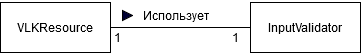
The draw.io diagram src/main/resources/documentation/Исходная диаграмма классов пакета resource.drawio.png in VladBaton/vlk, before a commit. Source tidied: cells renumbered, new cells last; positions are measured from the earlier drawing's top-left corner, leaving out a move shared by most shapes.
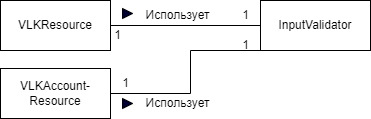
After the change.

Change to the diagram source:
```diff
@@ -6,7 +6,7 @@
       <mxGeometry y="2" width="110" height="50" as="geometry" />
     </mxCell>
     <mxCell id="3" value="InputValidator" style="html=1;whiteSpace=wrap;" parent="1" vertex="1">
-      <mxGeometry x="250" y="2" width="110" height="50" as="geometry" />
+      <mxGeometry x="260" y="2" width="110" height="50" as="geometry" />
     </mxCell>
     <mxCell id="4" style="endArrow=none;html=1;rounded=0;entryX=0;entryY=0.5;entryDx=0;entryDy=0;exitX=1;exitY=0.5;exitDx=0;exitDy=0;" parent="1" edge="1" source="2" target="3">
       <mxGeometry relative="1" as="geometry" />
@@ -15,13 +15,36 @@
       <mxGeometry x="122" y="10" width="10" height="10" as="geometry" />
     </mxCell>
     <mxCell id="6" value="Использует" style="text;html=1;align=center;verticalAlign=middle;strokeColor=none;fillColor=none;" parent="1" vertex="1">
-      <mxGeometry x="130" width="90" height="30" as="geometry" />
+      <mxGeometry x="132" y="2" width="90" height="30" as="geometry" />
     </mxCell>
     <mxCell id="7" value="1" style="text;html=1;align=center;verticalAlign=middle;strokeColor=none;fillColor=none;" parent="1" vertex="1">
       <mxGeometry x="102" y="22" width="30" height="30" as="geometry" />
     </mxCell>
     <mxCell id="8" value="1" style="text;html=1;align=center;verticalAlign=middle;strokeColor=none;fillColor=none;" parent="1" vertex="1">
-      <mxGeometry x="220" y="22" width="30" height="30" as="geometry" />
+      <mxGeometry x="230" y="2" width="30" height="30" as="geometry" />
     </mxCell>
+    <mxCell id="9" value="VLKAccount-Resource" style="html=1;whiteSpace=wrap;" parent="1" vertex="1">
+      <mxGeometry y="70" width="110" height="50" as="geometry" />
+    </mxCell>
+    <mxCell id="10" style="endArrow=none;html=1;rounded=0;exitX=1;exitY=0.5;exitDx=0;exitDy=0;entryX=0;entryY=1;entryDx=0;entryDy=0;" parent="1" edge="1" source="9" target="3">
+      <mxGeometry relative="1" as="geometry">
+        <Array as="points">
+          <mxPoint x="190" y="95" />
+          <mxPoint x="190" y="52" />
+        </Array>
+      </mxGeometry>
+    </mxCell>
+    <mxCell id="11" value="1" style="text;html=1;align=center;verticalAlign=middle;strokeColor=none;fillColor=none;" parent="1" vertex="1">
+      <mxGeometry x="230" y="32" width="30" height="30" as="geometry" />
+    </mxCell>
+    <mxCell id="12" value="1" style="text;html=1;align=center;verticalAlign=middle;strokeColor=none;fillColor=none;" parent="1" vertex="1">
+      <mxGeometry x="110" y="70" width="30" height="30" as="geometry" />
+    </mxCell>
+    <mxCell id="13" value="Использует" style="text;html=1;align=center;verticalAlign=middle;strokeColor=none;fillColor=none;" parent="1" vertex="1">
+      <mxGeometry x="132" y="90" width="90" height="30" as="geometry" />
+    </mxCell>
+    <mxCell id="14" style="triangle;whiteSpace=wrap;html=1;fillColor=#000033;" parent="1" vertex="1">
+      <mxGeometry x="122" y="100" width="10" height="10" as="geometry" />
+    </mxCell>
   </root>
 </mxGraphModel>
```
